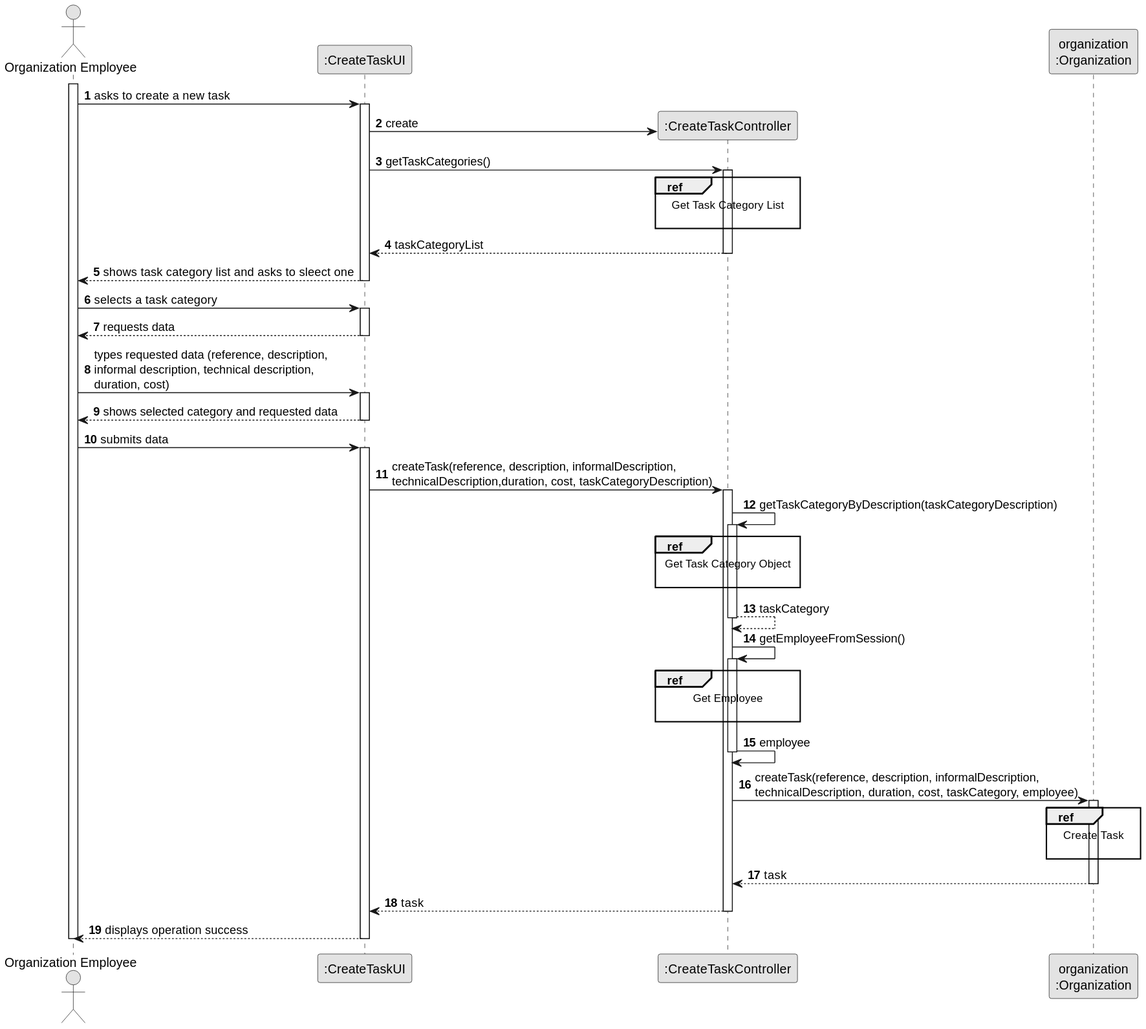
Before: docs/sprintB/us003/03.design/svg/us003-sequence-diagram-split.svg, a diagram exported from PlantUML (rita-barbosa/LAPR2-2223). Source of this version:
```plantuml
@startuml
skinparam monochrome true
skinparam packageStyle rectangle
skinparam shadowing false

autonumber

actor "Organization Employee" as ADM
participant ":CreateTaskUI" as UI
participant ":CreateTaskController" as CTRL
participant "organization\n:Organization" as ORG

activate ADM

    ADM -> UI : asks to create a new task

    activate UI

        UI -> CTRL** : create
        UI -> CTRL : getTaskCategories()
        ref over CTRL
            Get Task Category List

        end ref

        activate CTRL

            CTRL --> UI : taskCategoryList
        deactivate CTRL

        UI --> ADM : shows task category list and asks to sleect one
    deactivate UI

    ADM -> UI : selects a task category
    activate UI

        UI --> ADM : requests data
    deactivate UI

    ADM -> UI : types requested data (reference, description,\ninformal description, technical description,\nduration, cost)
    activate UI

        UI --> ADM : shows selected category and requested data
    deactivate UI

    ADM -> UI : submits data
    activate UI

        UI -> CTRL : createTask(reference, description, informalDescription,\ntechnicalDescription,duration, cost, taskCategoryDescription)
        activate CTRL

            CTRL -> CTRL : getTaskCategoryByDescription(taskCategoryDescription)
            activate CTRL

                ref over CTRL
                    Get Task Category Object

                end ref

                CTRL --> CTRL : taskCategory
            deactivate CTRL

            CTRL -> CTRL : getEmployeeFromSession()
            activate CTRL

                ref over CTRL
                    Get Employee

                end ref
                CTRL -> CTRL : employee
            deactivate CTRL

            CTRL -> ORG: createTask(reference, description, informalDescription,\ntechnicalDescription, duration, cost, taskCategory, employee)
            activate ORG

                ref over ORG
                    Create Task

                end

                ORG --> CTRL : task
            deactivate ORG

            CTRL --> UI: task
            deactivate CTRL
            UI --> ADM: displays operation success
    deactivate UI

deactivate ADM
@enduml
```
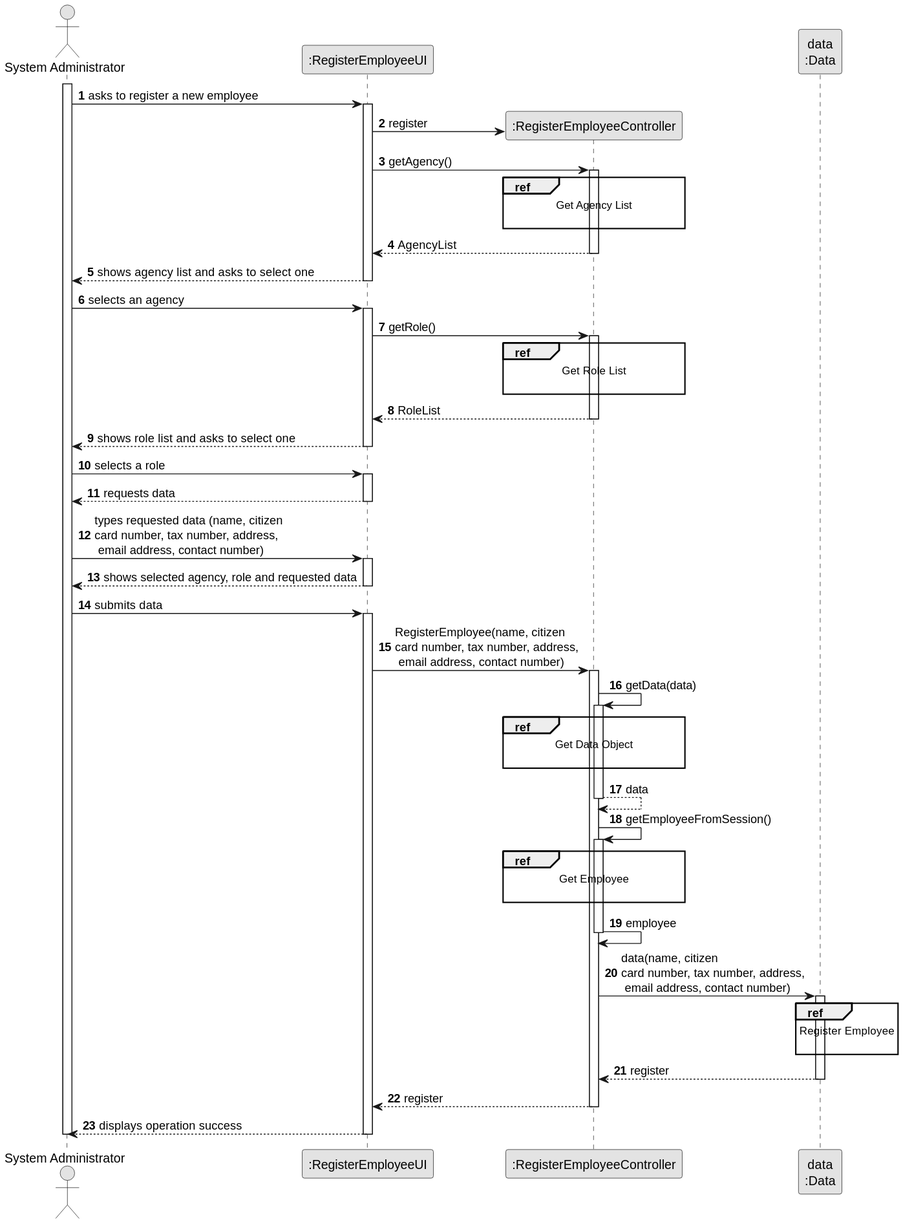
Above is the later version.

Commit message:
Update Sequence Diagram (full, partial & split) [US03][Design]

What changed in the source:
```diff
@@ -5,59 +5,76 @@
 
 autonumber
 
-actor "Organization Employee" as ADM
-participant ":CreateTaskUI" as UI
-participant ":CreateTaskController" as CTRL
-participant "organization\n:Organization" as ORG
+actor "System Administrator" as ADM
+participant ":RegisterEmployeeUI" as UI
+participant ":RegisterEmployeeController" as CTRL
+participant "data\n:Data" as DATA
 
 activate ADM
 
-    ADM -> UI : asks to create a new task
+    ADM -> UI : asks to register a new employee
 
     activate UI
 
-        UI -> CTRL** : create
-        UI -> CTRL : getTaskCategories()
+        UI -> CTRL** : register
+        UI -> CTRL : getAgency()
         ref over CTRL
-            Get Task Category List
+            Get Agency List
 
         end ref
 
         activate CTRL
 
-            CTRL --> UI : taskCategoryList
+            CTRL --> UI : AgencyList
         deactivate CTRL
 
-        UI --> ADM : shows task category list and asks to sleect one
+        UI --> ADM : shows agency list and asks to select one
     deactivate UI
 
-    ADM -> UI : selects a task category
+    ADM -> UI : selects an agency
     activate UI
+
+    UI -> CTRL : getRole()
+            ref over CTRL
+                Get Role List
+
+            end ref
+
+            activate CTRL
+
+                CTRL --> UI : RoleList
+            deactivate CTRL
+
+            UI --> ADM : shows role list and asks to select one
+        deactivate UI
+
+        ADM -> UI : selects a role
+        activate UI
 
         UI --> ADM : requests data
     deactivate UI
 
-    ADM -> UI : types requested data (reference, description,\ninformal description, technical description,\nduration, cost)
-    activate UI
+    ADM -> UI : types requested data (name, citizen \ncard number, tax number, address,\n email address, contact number)
+        activate UI
 
-        UI --> ADM : shows selected category and requested data
-    deactivate UI
+            UI --> ADM : shows selected agency, role and requested data
+        deactivate UI
 
-    ADM -> UI : submits data
-    activate UI
+        ADM -> UI : submits data
+        activate UI
 
-        UI -> CTRL : createTask(reference, description, informalDescription,\ntechnicalDescription,duration, cost, taskCategoryDescription)
+        UI -> CTRL : RegisterEmployee(name, citizen \ncard number, tax number, address,\n email address, contact number)
         activate CTRL
 
-            CTRL -> CTRL : getTaskCategoryByDescription(taskCategoryDescription)
+            CTRL -> CTRL : getData(data)
             activate CTRL
 
                 ref over CTRL
-                    Get Task Category Object
+                    Get Data Object
 
                 end ref
 
-                CTRL --> CTRL : taskCategory
+                CTRL --> CTRL : data
             deactivate CTRL
 
             CTRL -> CTRL : getEmployeeFromSession()
@@ -70,18 +87,18 @@
                 CTRL -> CTRL : employee
             deactivate CTRL
 
-            CTRL -> ORG: createTask(reference, description, informalDescription,\ntechnicalDescription, duration, cost, taskCategory, employee)
-            activate ORG
+            CTRL -> DATA: data(name, citizen \ncard number, tax number, address,\n email address, contact number)
+            activate DATA
 
-                ref over ORG
-                    Create Task
+                ref over DATA
+                    Register Employee
 
                 end
 
-                ORG --> CTRL : task
-            deactivate ORG
+                DATA --> CTRL : register
+            deactivate DATA
 
-            CTRL --> UI: task
+            CTRL --> UI: register
             deactivate CTRL
             UI --> ADM: displays operation success
     deactivate UI
```
